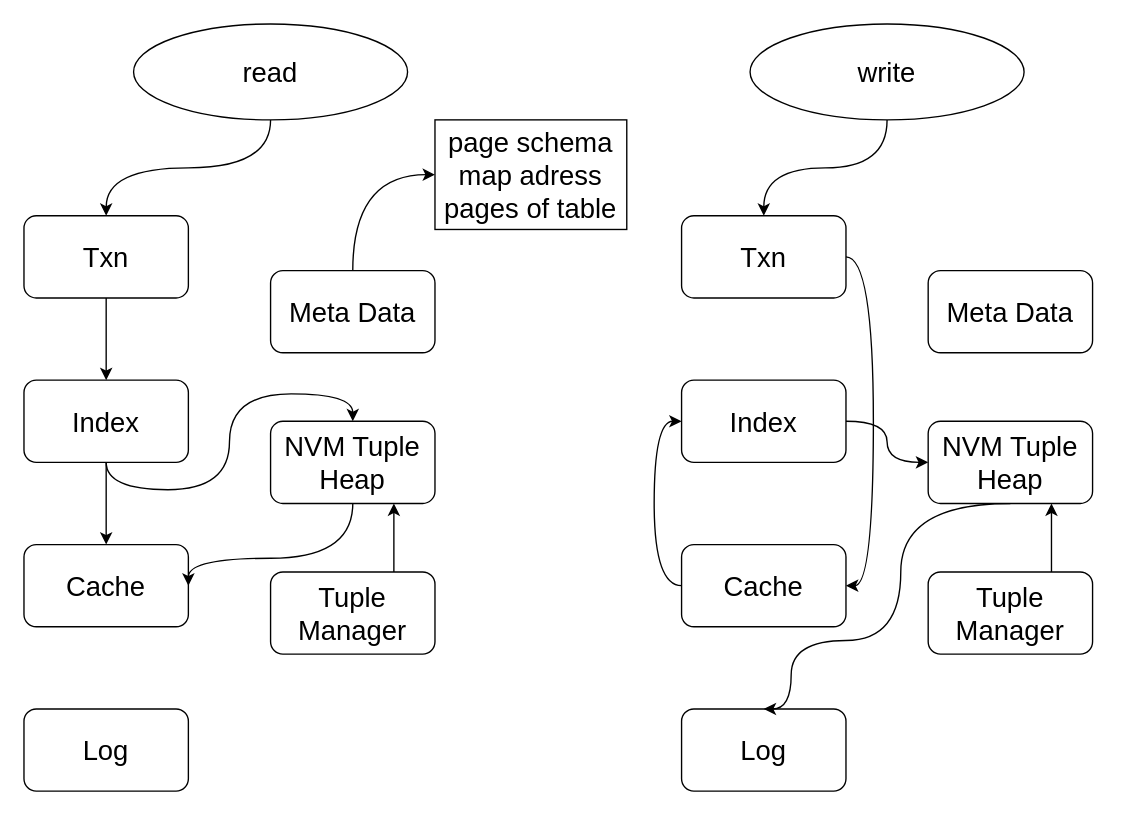
rehoboan/Draw-Files keeps this draw.io diagram as NVM.drawio. Above is the earlier version. Source tidied: cells renumbered, new cells numbered last; positions are measured from the earlier drawing's top-left corner, leaving out a move shared by most shapes. Both pictures are drawn from the tidied source at 137%, with x=0, y=0 at pixel (23, 23).
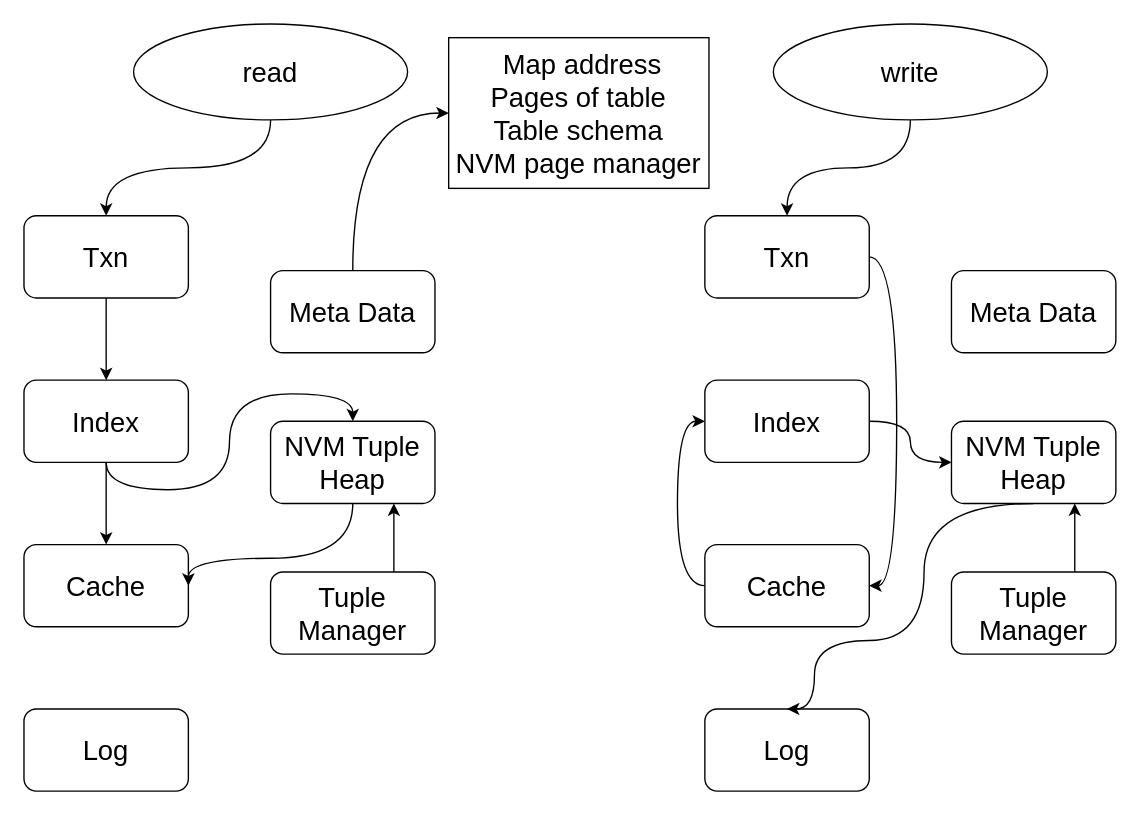
After the change.

The edit, as a diff of the source:
```diff
@@
     <mxCell id="18" value="write" style="ellipse;whiteSpace=wrap;html=1;fontSize=20;" parent="1" vertex="1">
-      <mxGeometry x="530" width="200" height="70" as="geometry" />
+      <mxGeometry x="547" width="200" height="70" as="geometry" />
     </mxCell>
@@
     <mxCell id="20" value="Txn" style="rounded=1;whiteSpace=wrap;html=1;fontSize=20;" parent="1" vertex="1">
-      <mxGeometry x="480" y="140" width="120" height="60" as="geometry" />
+      <mxGeometry x="497" y="140" width="120" height="60" as="geometry" />
     </mxCell>
@@
     <mxCell id="22" value="Index" style="rounded=1;whiteSpace=wrap;html=1;fontSize=20;" parent="1" vertex="1">
-      <mxGeometry x="480" y="260" width="120" height="60" as="geometry" />
+      <mxGeometry x="497" y="260" width="120" height="60" as="geometry" />
     </mxCell>
@@
     <mxCell id="24" value="Cache" style="rounded=1;whiteSpace=wrap;html=1;fontSize=20;" parent="1" vertex="1">
-      <mxGeometry x="480" y="380" width="120" height="60" as="geometry" />
+      <mxGeometry x="497" y="380" width="120" height="60" as="geometry" />
     </mxCell>
     <mxCell id="25" value="Log" style="rounded=1;whiteSpace=wrap;html=1;fontSize=20;" parent="1" vertex="1">
-      <mxGeometry x="480" y="500" width="120" height="60" as="geometry" />
+      <mxGeometry x="497" y="500" width="120" height="60" as="geometry" />
     </mxCell>
     <mxCell id="26" value="Meta Data" style="rounded=1;whiteSpace=wrap;html=1;fontSize=20;" parent="1" vertex="1">
-      <mxGeometry x="660" y="180" width="120" height="60" as="geometry" />
+      <mxGeometry x="677" y="180" width="120" height="60" as="geometry" />
     </mxCell>
     <mxCell id="27" style="edgeStyle=orthogonalEdgeStyle;curved=1;rounded=0;jettySize=auto;html=1;exitX=0.5;exitY=1;exitDx=0;exitDy=0;entryX=0.5;entryY=0;entryDx=0;entryDy=0;fontSize=20;" parent="1" edge="1" source="28" target="25">
       <mxGeometry relative="1" as="geometry">
         <Array as="points">
-          <mxPoint x="640" y="350" />
-          <mxPoint x="640" y="450" />
-          <mxPoint x="560" y="450" />
-          <mxPoint x="560" y="500" />
+          <mxPoint x="657" y="350" />
+          <mxPoint x="657" y="450" />
+          <mxPoint x="577" y="450" />
+          <mxPoint x="577" y="500" />
         </Array>
       </mxGeometry>
     </mxCell>
     <mxCell id="28" value="NVM Tuple Heap" style="rounded=1;whiteSpace=wrap;html=1;fontSize=20;" parent="1" vertex="1">
-      <mxGeometry x="660" y="290" width="120" height="60" as="geometry" />
+      <mxGeometry x="677" y="290" width="120" height="60" as="geometry" />
     </mxCell>
@@
     <mxCell id="30" value="Tuple Manager" style="rounded=1;whiteSpace=wrap;html=1;fontSize=20;" parent="1" vertex="1">
-      <mxGeometry x="660" y="400" width="120" height="60" as="geometry" />
+      <mxGeometry x="677" y="400" width="120" height="60" as="geometry" />
     </mxCell>
-    <mxCell id="31" value="page schema map adress pages of table" style="rounded=0;whiteSpace=wrap;html=1;shadow=0;labelBackgroundColor=none;fontSize=20;fillColor=none;" parent="1" vertex="1">
-      <mxGeometry x="300" y="70" width="140" height="80" as="geometry" />
+    <mxCell id="31" value="&amp;nbsp;Map address &lt;br&gt;Pages of table&lt;br&gt;Table schema&lt;br&gt;NVM page manager" style="rounded=0;whiteSpace=wrap;html=1;shadow=0;labelBackgroundColor=none;fontSize=20;fillColor=none;" parent="1" vertex="1">
+      <mxGeometry x="310" y="10" width="190" height="110" as="geometry" />
     </mxCell>
```
